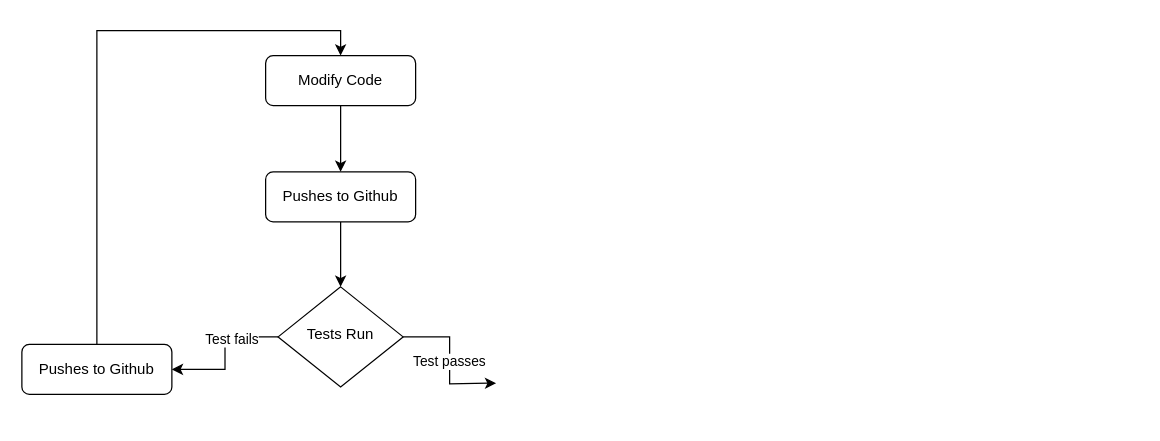
Earlier version of the draw.io diagram workflow-diagram.drawio (GiorgiEz/simple-devops-pipeline). Source tidied: cells renumbered, new cells numbered last; positions are measured from the earlier drawing's top-left corner, leaving out a move shared by most shapes. Both pictures are drawn from the tidied source at 125%, with x=0, y=0 at pixel (21, 55).
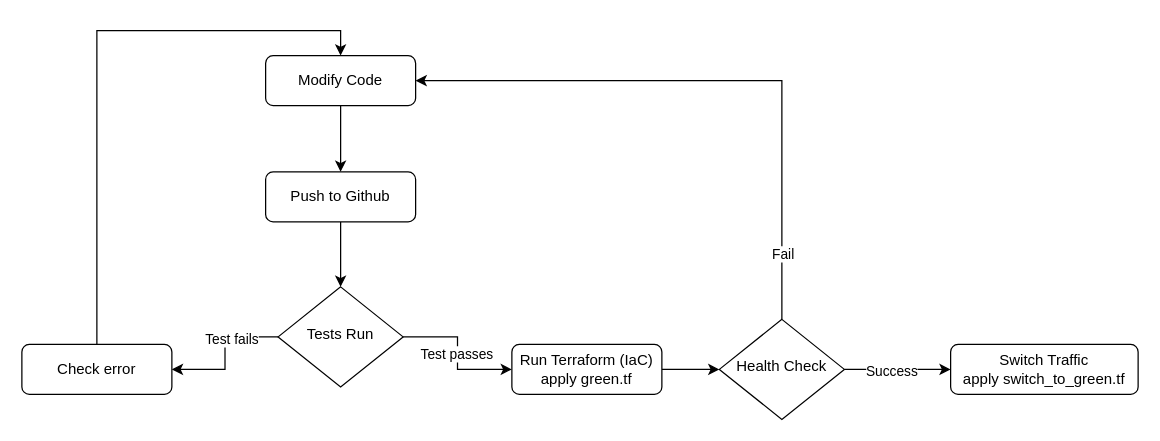
Above is the later version.

The change refers to these unchanged cells:
```xml
<mxCell id="3" value="Modify Code" style="rounded=1;whiteSpace=wrap;html=1;fontSize=12;glass=0;strokeWidth=1;shadow=0;" parent="1" vertex="1">
  <mxGeometry x="195" width="120" height="40" as="geometry" />
</mxCell>
<mxCell id="8" value="Tests Run" style="rhombus;whiteSpace=wrap;html=1;shadow=0;fontFamily=Helvetica;fontSize=12;align=center;strokeWidth=1;spacing=6;spacingTop=-4;" parent="1" vertex="1">
  <mxGeometry x="205" y="185" width="100" height="80" as="geometry" />
</mxCell>
```

What changed in the source:
```diff
@@
-    <mxCell id="4" style="edgeStyle=orthogonalEdgeStyle;rounded=0;jettySize=auto;html=1;" parent="1" edge="1" source="8">
-      <mxGeometry relative="1" as="geometry">
-        <mxPoint x="379.4" y="262" as="targetPoint" />
-      </mxGeometry>
+    <mxCell id="4" style="edgeStyle=orthogonalEdgeStyle;rounded=0;jettySize=auto;html=1;entryX=0;entryY=0.5;entryDx=0;entryDy=0;" parent="1" edge="1" source="8" target="14">
+      <mxGeometry relative="1" as="geometry" />
     </mxCell>
@@
-    <mxCell id="10" value="Pushes to Github" style="rounded=1;whiteSpace=wrap;html=1;fontSize=12;glass=0;strokeWidth=1;shadow=0;" parent="1" vertex="1">
+    <mxCell id="10" value="Push to Github" style="rounded=1;whiteSpace=wrap;html=1;fontSize=12;glass=0;strokeWidth=1;shadow=0;" parent="1" vertex="1">
       <mxGeometry x="195" y="93" width="120" height="40" as="geometry" />
     </mxCell>
@@
-    <mxCell id="12" value="Pushes to Github" style="rounded=1;whiteSpace=wrap;html=1;fontSize=12;glass=0;strokeWidth=1;shadow=0;" parent="1" vertex="1">
+    <mxCell id="12" value="Check error" style="rounded=1;whiteSpace=wrap;html=1;fontSize=12;glass=0;strokeWidth=1;shadow=0;" parent="1" vertex="1">
       <mxGeometry y="231" width="120" height="40" as="geometry" />
     </mxCell>
+    <mxCell id="13" style="edgeStyle=orthogonalEdgeStyle;rounded=0;jettySize=auto;html=1;" parent="1" edge="1" source="14" target="19">
+      <mxGeometry relative="1" as="geometry" />
+    </mxCell>
+    <mxCell id="14" value="Run Terraform (IaC)&lt;div&gt;apply green.tf&lt;/div&gt;" style="rounded=1;whiteSpace=wrap;html=1;fontSize=12;glass=0;strokeWidth=1;shadow=0;" parent="1" vertex="1">
+      <mxGeometry x="392" y="231" width="120" height="40" as="geometry" />
+    </mxCell>
+    <mxCell id="15" style="edgeStyle=orthogonalEdgeStyle;rounded=0;jettySize=auto;html=1;entryX=1;entryY=0.5;entryDx=0;entryDy=0;exitX=0.5;exitY=0;exitDx=0;exitDy=0;" parent="1" edge="1" source="19" target="3">
+      <mxGeometry relative="1" as="geometry" />
+    </mxCell>
+    <mxCell id="16" value="Fail" style="edgeLabel;html=1;align=center;verticalAlign=middle;" parent="15" vertex="1">
+      <mxGeometry x="-0.78" relative="1" as="geometry" />
+    </mxCell>
+    <mxCell id="17" style="edgeStyle=orthogonalEdgeStyle;rounded=0;jettySize=auto;html=1;entryX=0;entryY=0.5;entryDx=0;entryDy=0;" parent="1" edge="1" source="19" target="20">
+      <mxGeometry relative="1" as="geometry" />
+    </mxCell>
+    <mxCell id="18" value="Success" style="edgeLabel;html=1;align=center;verticalAlign=middle;" parent="17" vertex="1">
+      <mxGeometry x="-0.13" y="-1" relative="1" as="geometry" />
+    </mxCell>
+    <mxCell id="19" value="Health Check" style="rhombus;whiteSpace=wrap;html=1;shadow=0;fontFamily=Helvetica;fontSize=12;align=center;strokeWidth=1;spacing=6;spacingTop=-4;" parent="1" vertex="1">
+      <mxGeometry x="558" y="211" width="100" height="80" as="geometry" />
+    </mxCell>
+    <mxCell id="20" value="Switch Traffic&lt;div&gt;apply switch_to_green.tf&lt;/div&gt;" style="rounded=1;whiteSpace=wrap;html=1;fontSize=12;glass=0;strokeWidth=1;shadow=0;" parent="1" vertex="1">
+      <mxGeometry x="743" y="231" width="150" height="40" as="geometry" />
+    </mxCell>
```
